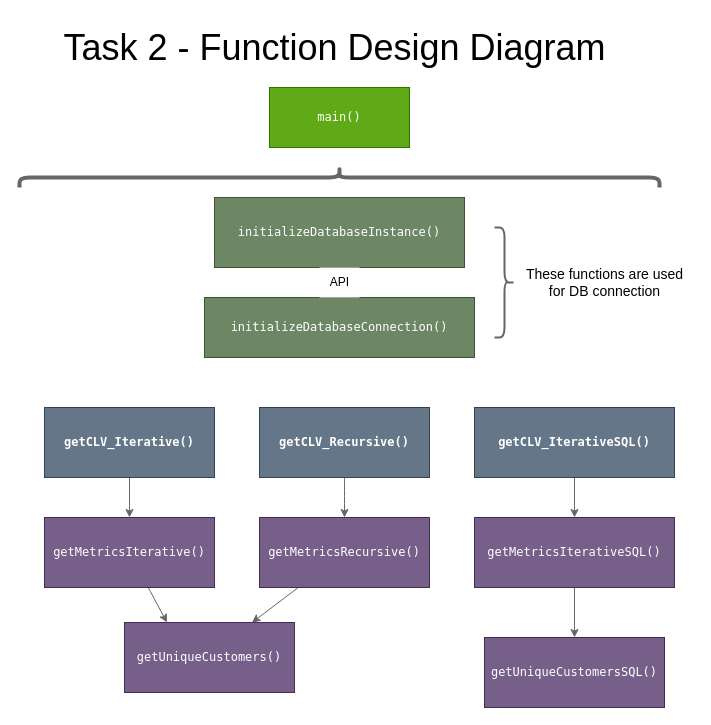
This is Task 2/Task2_Functions.drawio from Musiik-fn/622-Final-Project, a draw.io file, before an edit. Source tidied: cells renumbered, new cells numbered last; positions are measured from the earlier drawing's top-left corner, leaving out a move shared by most shapes. Both pictures are drawn from the tidied source at 100%, with x=0, y=0 at pixel (44, -143).
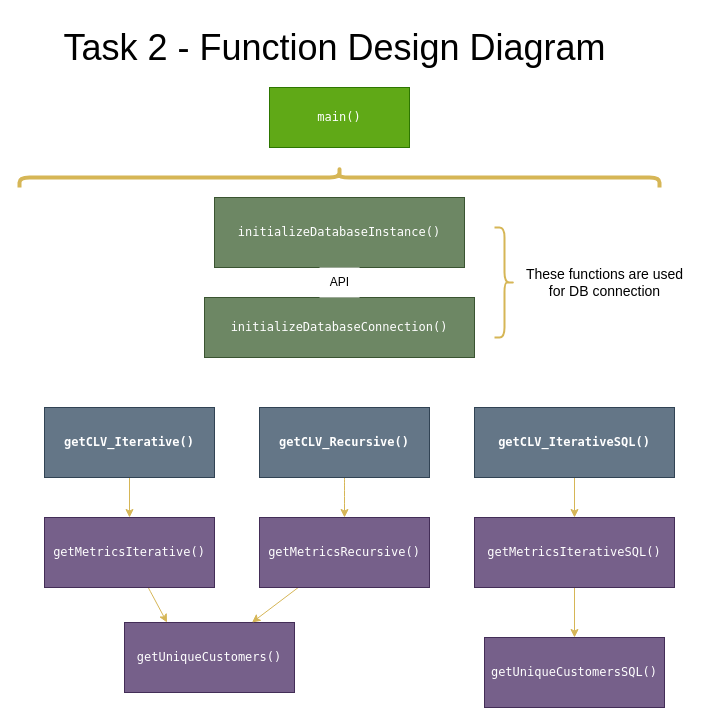
The same page after the edit.

Unchanged cells that the change refers to:
```xml
<mxCell id="4" value="&lt;font face=&quot;Lucida Console&quot;&gt;&lt;b&gt;getCLV_Iterative()&lt;/b&gt;&lt;/font&gt;" style="rounded=0;whiteSpace=wrap;html=1;fillColor=#647687;strokeColor=#314354;fontColor=#ffffff;" parent="1" vertex="1">
  <mxGeometry y="550" width="170" height="70" as="geometry" />
</mxCell>
<mxCell id="6" value="&lt;font face=&quot;Lucida Console&quot;&gt;&lt;b&gt;getCLV_Recursive()&lt;/b&gt;&lt;/font&gt;" style="rounded=0;whiteSpace=wrap;html=1;fillColor=#647687;strokeColor=#314354;fontColor=#ffffff;" parent="1" vertex="1">
  <mxGeometry x="215" y="550" width="170" height="70" as="geometry" />
</mxCell>
<mxCell id="8" value="&lt;font face=&quot;Lucida Console&quot;&gt;getUniqueCustomers()&lt;/font&gt;" style="rounded=0;whiteSpace=wrap;html=1;fillColor=#76608a;strokeColor=#432D57;fontColor=#ffffff;" parent="1" vertex="1">
  <mxGeometry x="80" y="765" width="170" height="70" as="geometry" />
</mxCell>
<mxCell id="10" value="&lt;font face=&quot;Lucida Console&quot;&gt;getMetricsIterative()&lt;/font&gt;" style="rounded=0;whiteSpace=wrap;html=1;fillColor=#76608a;strokeColor=#432D57;fontColor=#ffffff;" parent="1" vertex="1">
  <mxGeometry y="660" width="170" height="70" as="geometry" />
</mxCell>
<mxCell id="15" value="&lt;font face=&quot;Lucida Console&quot;&gt;getMetricsRecursive()&lt;/font&gt;" style="rounded=0;whiteSpace=wrap;html=1;fillColor=#76608a;strokeColor=#432D57;fontColor=#ffffff;" parent="1" vertex="1">
  <mxGeometry x="215" y="660" width="170" height="70" as="geometry" />
</mxCell>
<mxCell id="17" value="&lt;font face=&quot;Lucida Console&quot;&gt;getMetricsIterativeSQL()&lt;/font&gt;" style="rounded=0;whiteSpace=wrap;html=1;fillColor=#76608a;strokeColor=#432D57;fontColor=#ffffff;" parent="1" vertex="1">
  <mxGeometry x="430" y="660" width="200" height="70" as="geometry" />
</mxCell>
<mxCell id="18" value="&lt;font face=&quot;Lucida Console&quot;&gt;&lt;b&gt;getCLV_IterativeSQL()&lt;/b&gt;&lt;/font&gt;" style="rounded=0;whiteSpace=wrap;html=1;fillColor=#647687;strokeColor=#314354;fontColor=#ffffff;" parent="1" vertex="1">
  <mxGeometry x="430" y="550" width="200" height="70" as="geometry" />
</mxCell>
<mxCell id="19" value="&lt;font face=&quot;Lucida Console&quot;&gt;getUniqueCustomersSQL()&lt;/font&gt;" style="rounded=0;whiteSpace=wrap;html=1;fillColor=#76608a;strokeColor=#432D57;fontColor=#ffffff;" parent="1" vertex="1">
  <mxGeometry x="440" y="780" width="180" height="70" as="geometry" />
</mxCell>
```

The edit, as a diff of the source:
```diff
@@
-    <mxCell id="3" style="edgeStyle=none;html=1;entryX=0.5;entryY=0;entryDx=0;entryDy=0;fillColor=#f5f5f5;strokeColor=#666666;" parent="1" edge="1" source="4" target="10">
+    <mxCell id="3" style="edgeStyle=none;html=1;entryX=0.5;entryY=0;entryDx=0;entryDy=0;fillColor=#fff2cc;strokeColor=#d6b656;" parent="1" edge="1" source="4" target="10">
       <mxGeometry relative="1" as="geometry" />
     </mxCell>
@@
-    <mxCell id="5" style="edgeStyle=none;curved=1;html=1;entryX=0.5;entryY=0;entryDx=0;entryDy=0;fillColor=#f5f5f5;strokeColor=#666666;" parent="1" edge="1" source="6" target="15">
+    <mxCell id="5" style="edgeStyle=none;curved=1;html=1;entryX=0.5;entryY=0;entryDx=0;entryDy=0;fillColor=#fff2cc;strokeColor=#d6b656;" parent="1" edge="1" source="6" target="15">
       <mxGeometry relative="1" as="geometry" />
     </mxCell>
@@
-    <mxCell id="7" style="edgeStyle=none;html=1;entryX=0.5;entryY=0;entryDx=0;entryDy=0;exitX=0.5;exitY=1;exitDx=0;exitDy=0;fillColor=#f5f5f5;strokeColor=#666666;" parent="1" edge="1" source="18" target="17">
+    <mxCell id="7" style="edgeStyle=none;html=1;entryX=0.5;entryY=0;entryDx=0;entryDy=0;exitX=0.5;exitY=1;exitDx=0;exitDy=0;fillColor=#fff2cc;strokeColor=#d6b656;" parent="1" edge="1" source="18" target="17">
       <mxGeometry relative="1" as="geometry" />
     </mxCell>
@@
-    <mxCell id="9" style="edgeStyle=none;html=1;entryX=0.25;entryY=0;entryDx=0;entryDy=0;curved=1;fillColor=#f5f5f5;strokeColor=#666666;" parent="1" edge="1" source="10" target="8">
+    <mxCell id="9" style="edgeStyle=none;html=1;entryX=0.25;entryY=0;entryDx=0;entryDy=0;curved=1;fillColor=#fff2cc;strokeColor=#d6b656;" parent="1" edge="1" source="10" target="8">
       <mxGeometry relative="1" as="geometry" />
     </mxCell>
@@
-    <mxCell id="14" style="edgeStyle=none;html=1;entryX=0.75;entryY=0;entryDx=0;entryDy=0;fillColor=#f5f5f5;strokeColor=#666666;" parent="1" edge="1" source="15" target="8">
+    <mxCell id="14" style="edgeStyle=none;html=1;entryX=0.75;entryY=0;entryDx=0;entryDy=0;fillColor=#fff2cc;strokeColor=#d6b656;" parent="1" edge="1" source="15" target="8">
       <mxGeometry relative="1" as="geometry" />
     </mxCell>
@@
-    <mxCell id="16" style="edgeStyle=none;html=1;entryX=0.5;entryY=0;entryDx=0;entryDy=0;fillColor=#f5f5f5;strokeColor=#666666;" parent="1" edge="1" source="17" target="19">
+    <mxCell id="16" style="edgeStyle=none;html=1;entryX=0.5;entryY=0;entryDx=0;entryDy=0;fillColor=#fff2cc;strokeColor=#d6b656;" parent="1" edge="1" source="17" target="19">
       <mxGeometry relative="1" as="geometry" />
     </mxCell>
@@
-    <mxCell id="22" style="shape=curlyBracket;whiteSpace=wrap;html=1;rounded=1;flipH=1;labelPosition=right;verticalLabelPosition=middle;align=left;verticalAlign=middle;fontSize=72;rotation=-90;strokeWidth=4;perimeterSpacing=0;fillColor=#f5f5f5;fontColor=#333333;strokeColor=#666666;" parent="1" vertex="1">
+    <mxCell id="22" style="shape=curlyBracket;whiteSpace=wrap;html=1;rounded=1;flipH=1;labelPosition=right;verticalLabelPosition=middle;align=left;verticalAlign=middle;fontSize=72;rotation=-90;strokeWidth=4;perimeterSpacing=0;fillColor=#fff2cc;strokeColor=#d6b656;" parent="1" vertex="1">
       <mxGeometry x="285" width="20" height="640" as="geometry" />
     </mxCell>
@@
-    <mxCell id="24" style="shape=curlyBracket;whiteSpace=wrap;html=1;rounded=1;flipH=1;labelPosition=right;verticalLabelPosition=middle;align=left;verticalAlign=middle;fontSize=72;rotation=0;strokeWidth=2;perimeterSpacing=0;fillColor=#f5f5f5;fontColor=#333333;strokeColor=#666666;" parent="1" vertex="1">
+    <mxCell id="24" style="shape=curlyBracket;whiteSpace=wrap;html=1;rounded=1;flipH=1;labelPosition=right;verticalLabelPosition=middle;align=left;verticalAlign=middle;fontSize=72;rotation=0;strokeWidth=2;perimeterSpacing=0;fillColor=#fff2cc;strokeColor=#d6b656;" parent="1" vertex="1">
       <mxGeometry x="450" y="370" width="20" height="110" as="geometry" />
     </mxCell>
```
